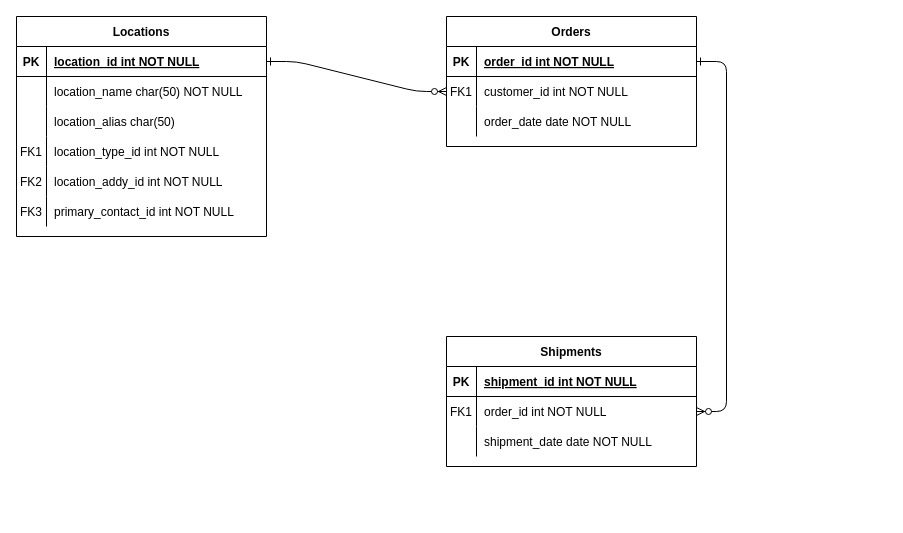
Earlier version of the draw.io diagram Untitled Diagram.drawio (realTravisTea/realTravisTea). Source tidied: cells renumbered, new cells numbered last; positions are measured from the earlier drawing's top-left corner, leaving out a move shared by most shapes. Both pictures are drawn from the tidied source at 100%, with x=0, y=0 at pixel (16, 16).
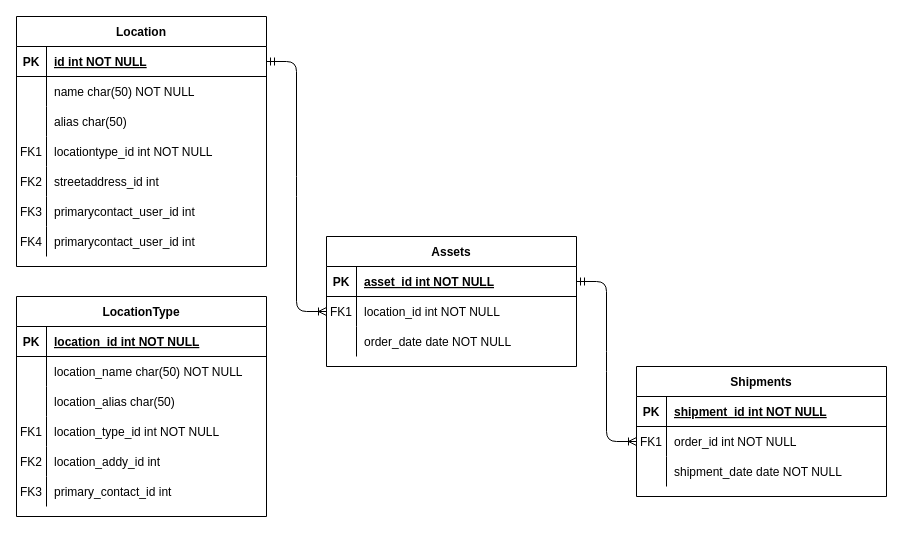
The same page after the edit.

Unchanged cells that the change refers to:
```xml
<mxCell id="5" style="shape=partialRectangle;fillColor=none;points=[[0,0.5],[1,0.5]];portConstraint=eastwest;top=0;left=0;right=0;bottom=1;" parent="4" vertex="1">
  <mxGeometry y="30" width="250" height="30" as="geometry" />
</mxCell>
<mxCell id="8" style="shape=partialRectangle;fillColor=none;points=[[0,0.5],[1,0.5]];portConstraint=eastwest;top=0;left=0;right=0;bottom=0;" parent="4" vertex="1">
  <mxGeometry y="60" width="250" height="30" as="geometry" />
</mxCell>
<mxCell id="18" style="shape=partialRectangle;fillColor=none;points=[[0,0.5],[1,0.5]];portConstraint=eastwest;top=0;left=0;right=0;bottom=0;" parent="14" vertex="1">
  <mxGeometry y="60" width="250" height="30" as="geometry" />
</mxCell>
<mxCell id="25" style="shape=partialRectangle;fillColor=none;points=[[0,0.5],[1,0.5]];portConstraint=eastwest;top=0;left=0;right=0;bottom=1;" parent="24" vertex="1">
  <mxGeometry y="30" width="250" height="30" as="geometry" />
</mxCell>
<mxCell id="28" style="shape=partialRectangle;fillColor=none;top=0;left=0;right=0;bottom=0;" parent="24" vertex="1">
  <mxGeometry y="60" width="250" height="30" as="geometry" />
</mxCell>
<mxCell id="31" style="shape=partialRectangle;fillColor=none;top=0;left=0;right=0;bottom=0;" parent="24" vertex="1">
  <mxGeometry y="90" width="250" height="30" as="geometry" />
</mxCell>
<mxCell id="34" style="shape=partialRectangle;fillColor=none;top=0;left=0;right=0;bottom=0;" parent="24" vertex="1">
  <mxGeometry y="120" width="250" height="30" as="geometry" />
</mxCell>
<mxCell id="37" style="shape=partialRectangle;fillColor=none;top=0;left=0;right=0;bottom=0;" parent="24" vertex="1">
  <mxGeometry y="150" width="250" height="30" as="geometry" />
</mxCell>
<mxCell id="40" style="shape=partialRectangle;fillColor=none;top=0;left=0;right=0;bottom=0;" parent="24" vertex="1">
  <mxGeometry y="180" width="250" height="30" as="geometry" />
</mxCell>
```

Change to the diagram source:
```diff
@@
-    <mxCell id="2" style="edgeStyle=entityRelationEdgeStyle;endArrow=ERzeroToMany;startArrow=ERone;endFill=1;startFill=0;" parent="1" edge="1" source="25" target="8">
+    <mxCell id="2" style="edgeStyle=entityRelationEdgeStyle;endArrow=ERoneToMany;startArrow=ERmandOne;endFill=0;startFill=0;" parent="1" edge="1" source="25" target="8">
       <mxGeometry relative="1" as="geometry" />
     </mxCell>
-    <mxCell id="3" style="edgeStyle=entityRelationEdgeStyle;endArrow=ERzeroToMany;startArrow=ERone;endFill=1;startFill=0;" parent="1" edge="1" source="5" target="18">
+    <mxCell id="3" style="edgeStyle=entityRelationEdgeStyle;endArrow=ERoneToMany;startArrow=ERmandOne;endFill=0;startFill=0;" parent="1" edge="1" source="5" target="18">
       <mxGeometry relative="1" as="geometry" />
     </mxCell>
-    <mxCell id="4" value="Orders" style="shape=table;startSize=30;childLayout=tableLayout;rowLines=0;fontStyle=1;align=center;" parent="1" vertex="1">
-      <mxGeometry x="430" width="250" height="130" as="geometry" />
+    <mxCell id="4" value="Assets" style="shape=table;startSize=30;childLayout=tableLayout;rowLines=0;fontStyle=1;align=center;" parent="1" vertex="1">
+      <mxGeometry x="310" y="220" width="250" height="130" as="geometry" />
     </mxCell>
@@
-    <mxCell id="7" value="order_id int NOT NULL " style="shape=partialRectangle;overflow=hidden;fillColor=none;top=0;left=0;bottom=0;right=0;align=left;spacingLeft=6;fontStyle=5;" parent="5" vertex="1">
+    <mxCell id="7" value="asset_id int NOT NULL " style="shape=partialRectangle;overflow=hidden;fillColor=none;top=0;left=0;bottom=0;right=0;align=left;spacingLeft=6;fontStyle=5;" parent="5" vertex="1">
       <mxGeometry x="30" width="220" height="30" as="geometry" />
     </mxCell>
@@
-    <mxCell id="10" value="customer_id int NOT NULL" style="shape=partialRectangle;overflow=hidden;fillColor=none;top=0;left=0;bottom=0;right=0;align=left;spacingLeft=6;" parent="8" vertex="1">
+    <mxCell id="10" value="location_id int NOT NULL" style="shape=partialRectangle;overflow=hidden;fillColor=none;top=0;left=0;bottom=0;right=0;align=left;spacingLeft=6;" parent="8" vertex="1">
       <mxGeometry x="30" width="220" height="30" as="geometry" />
     </mxCell>
@@
     <mxCell id="14" value="Shipments" style="shape=table;startSize=30;childLayout=tableLayout;rowLines=0;fontStyle=1;align=center;" parent="1" vertex="1">
-      <mxGeometry x="430" y="320" width="250" height="130" as="geometry" />
+      <mxGeometry x="620" y="350" width="250" height="130" as="geometry" />
     </mxCell>
@@
-    <mxCell id="24" value="Locations" style="shape=table;startSize=30;childLayout=tableLayout;rowLines=0;fontStyle=1;align=center;" parent="1" vertex="1">
-      <mxGeometry width="250" height="220" as="geometry" />
+    <mxCell id="24" value="Location" style="shape=table;startSize=30;childLayout=tableLayout;rowLines=0;fontStyle=1;align=center;" parent="1" vertex="1">
+      <mxGeometry width="250" height="250" as="geometry" />
     </mxCell>
@@
-    <mxCell id="27" value="location_id int NOT NULL" style="shape=partialRectangle;overflow=hidden;fillColor=none;top=0;left=0;bottom=0;right=0;align=left;spacingLeft=6;fontStyle=5;" parent="25" vertex="1">
+    <mxCell id="27" value="id int NOT NULL" style="shape=partialRectangle;overflow=hidden;fillColor=none;top=0;left=0;bottom=0;right=0;align=left;spacingLeft=6;fontStyle=5;" parent="25" vertex="1">
       <mxGeometry x="30" width="220" height="30" as="geometry" />
     </mxCell>
@@
-    <mxCell id="30" value="location_name char(50) NOT NULL" style="shape=partialRectangle;overflow=hidden;fillColor=none;top=0;left=0;bottom=0;right=0;align=left;spacingLeft=6;" parent="28" vertex="1">
+    <mxCell id="30" value="name char(50) NOT NULL" style="shape=partialRectangle;overflow=hidden;fillColor=none;top=0;left=0;bottom=0;right=0;align=left;spacingLeft=6;" parent="28" vertex="1">
       <mxGeometry x="30" width="220" height="30" as="geometry" />
     </mxCell>
@@
-    <mxCell id="33" value="location_alias char(50)" style="shape=partialRectangle;overflow=hidden;fillColor=none;top=0;left=0;bottom=0;right=0;align=left;spacingLeft=6;" parent="31" vertex="1">
+    <mxCell id="33" value="alias char(50)" style="shape=partialRectangle;overflow=hidden;fillColor=none;top=0;left=0;bottom=0;right=0;align=left;spacingLeft=6;" parent="31" vertex="1">
       <mxGeometry x="30" width="220" height="30" as="geometry" />
     </mxCell>
@@
-    <mxCell id="36" value="location_type_id int NOT NULL" style="shape=partialRectangle;overflow=hidden;fillColor=none;top=0;left=0;bottom=0;right=0;align=left;spacingLeft=6;" parent="34" vertex="1">
+    <mxCell id="36" value="locationtype_id int NOT NULL" style="shape=partialRectangle;overflow=hidden;fillColor=none;top=0;left=0;bottom=0;right=0;align=left;spacingLeft=6;" parent="34" vertex="1">
       <mxGeometry x="30" width="220" height="30" as="geometry" />
     </mxCell>
@@
-    <mxCell id="39" value="location_addy_id int NOT NULL" style="shape=partialRectangle;overflow=hidden;fillColor=none;top=0;left=0;bottom=0;right=0;align=left;spacingLeft=6;" parent="37" vertex="1">
+    <mxCell id="39" value="streetaddress_id int" style="shape=partialRectangle;overflow=hidden;fillColor=none;top=0;left=0;bottom=0;right=0;align=left;spacingLeft=6;" parent="37" vertex="1">
       <mxGeometry x="30" width="220" height="30" as="geometry" />
     </mxCell>
@@
-    <mxCell id="42" value="primary_contact_id int NOT NULL" style="shape=partialRectangle;overflow=hidden;fillColor=none;top=0;left=0;bottom=0;right=0;align=left;spacingLeft=6;" parent="40" vertex="1">
+    <mxCell id="42" value="primarycontact_user_id int" style="shape=partialRectangle;overflow=hidden;fillColor=none;top=0;left=0;bottom=0;right=0;align=left;spacingLeft=6;" parent="40" vertex="1">
       <mxGeometry x="30" width="220" height="30" as="geometry" />
     </mxCell>
+    <mxCell id="43" style="shape=partialRectangle;fillColor=none;top=0;left=0;right=0;bottom=0;" parent="24" vertex="1">
+      <mxGeometry y="210" width="250" height="30" as="geometry" />
+    </mxCell>
+    <mxCell id="44" value="FK4" style="shape=partialRectangle;overflow=hidden;fillColor=none;top=0;left=0;bottom=0;right=0;" parent="43" vertex="1">
+      <mxGeometry width="30" height="30" as="geometry" />
+    </mxCell>
+    <mxCell id="45" value="primarycontact_user_id int" style="shape=partialRectangle;overflow=hidden;fillColor=none;top=0;left=0;bottom=0;right=0;align=left;spacingLeft=6;" parent="43" vertex="1">
+      <mxGeometry x="30" width="220" height="30" as="geometry" />
+    </mxCell>
+    <mxCell id="46" value="LocationType" style="shape=table;startSize=30;childLayout=tableLayout;rowLines=0;fontStyle=1;align=center;" parent="1" vertex="1">
+      <mxGeometry y="280" width="250" height="220" as="geometry" />
+    </mxCell>
+    <mxCell id="47" style="shape=partialRectangle;fillColor=none;top=0;left=0;right=0;bottom=1;" parent="46" vertex="1">
+      <mxGeometry y="30" width="250" height="30" as="geometry" />
+    </mxCell>
+    <mxCell id="48" value="PK" style="shape=partialRectangle;overflow=hidden;fillColor=none;top=0;left=0;bottom=0;right=0;fontStyle=1;" parent="47" vertex="1">
+      <mxGeometry width="30" height="30" as="geometry" />
+    </mxCell>
+    <mxCell id="49" value="location_id int NOT NULL" style="shape=partialRectangle;overflow=hidden;fillColor=none;top=0;left=0;bottom=0;right=0;align=left;spacingLeft=6;fontStyle=5;" parent="47" vertex="1">
+      <mxGeometry x="30" width="220" height="30" as="geometry" />
+    </mxCell>
+    <mxCell id="50" style="shape=partialRectangle;fillColor=none;top=0;left=0;right=0;bottom=0;" parent="46" vertex="1">
+      <mxGeometry y="60" width="250" height="30" as="geometry" />
+    </mxCell>
+    <mxCell id="51" style="shape=partialRectangle;overflow=hidden;fillColor=none;top=0;left=0;bottom=0;right=0;" parent="50" vertex="1">
+      <mxGeometry width="30" height="30" as="geometry" />
+    </mxCell>
+    <mxCell id="52" value="location_name char(50) NOT NULL" style="shape=partialRectangle;overflow=hidden;fillColor=none;top=0;left=0;bottom=0;right=0;align=left;spacingLeft=6;" parent="50" vertex="1">
+      <mxGeometry x="30" width="220" height="30" as="geometry" />
+    </mxCell>
+    <mxCell id="53" style="shape=partialRectangle;fillColor=none;top=0;left=0;right=0;bottom=0;" parent="46" vertex="1">
+      <mxGeometry y="90" width="250" height="30" as="geometry" />
+    </mxCell>
+    <mxCell id="54" style="shape=partialRectangle;overflow=hidden;fillColor=none;top=0;left=0;bottom=0;right=0;" parent="53" vertex="1">
+      <mxGeometry width="30" height="30" as="geometry" />
+    </mxCell>
+    <mxCell id="55" value="location_alias char(50)" style="shape=partialRectangle;overflow=hidden;fillColor=none;top=0;left=0;bottom=0;right=0;align=left;spacingLeft=6;" parent="53" vertex="1">
+      <mxGeometry x="30" width="220" height="30" as="geometry" />
+    </mxCell>
+    <mxCell id="56" style="shape=partialRectangle;fillColor=none;top=0;left=0;right=0;bottom=0;" parent="46" vertex="1">
+      <mxGeometry y="120" width="250" height="30" as="geometry" />
+    </mxCell>
+    <mxCell id="57" value="FK1" style="shape=partialRectangle;overflow=hidden;fillColor=none;top=0;left=0;bottom=0;right=0;" parent="56" vertex="1">
+      <mxGeometry width="30" height="30" as="geometry" />
+    </mxCell>
+    <mxCell id="58" value="location_type_id int NOT NULL" style="shape=partialRectangle;overflow=hidden;fillColor=none;top=0;left=0;bottom=0;right=0;align=left;spacingLeft=6;" parent="56" vertex="1">
+      <mxGeometry x="30" width="220" height="30" as="geometry" />
+    </mxCell>
+    <mxCell id="59" style="shape=partialRectangle;fillColor=none;top=0;left=0;right=0;bottom=0;" parent="46" vertex="1">
+      <mxGeometry y="150" width="250" height="30" as="geometry" />
+    </mxCell>
+    <mxCell id="60" value="FK2" style="shape=partialRectangle;overflow=hidden;fillColor=none;top=0;left=0;bottom=0;right=0;" parent="59" vertex="1">
+      <mxGeometry width="30" height="30" as="geometry" />
+    </mxCell>
+    <mxCell id="61" value="location_addy_id int" style="shape=partialRectangle;overflow=hidden;fillColor=none;top=0;left=0;bottom=0;right=0;align=left;spacingLeft=6;" parent="59" vertex="1">
+      <mxGeometry x="30" width="220" height="30" as="geometry" />
+    </mxCell>
+    <mxCell id="62" style="shape=partialRectangle;fillColor=none;top=0;left=0;right=0;bottom=0;" parent="46" vertex="1">
+      <mxGeometry y="180" width="250" height="30" as="geometry" />
+    </mxCell>
+    <mxCell id="63" value="FK3" style="shape=partialRectangle;overflow=hidden;fillColor=none;top=0;left=0;bottom=0;right=0;" parent="62" vertex="1">
+      <mxGeometry width="30" height="30" as="geometry" />
+    </mxCell>
+    <mxCell id="64" value="primary_contact_id int" style="shape=partialRectangle;overflow=hidden;fillColor=none;top=0;left=0;bottom=0;right=0;align=left;spacingLeft=6;" parent="62" vertex="1">
+      <mxGeometry x="30" width="220" height="30" as="geometry" />
+    </mxCell>
```
